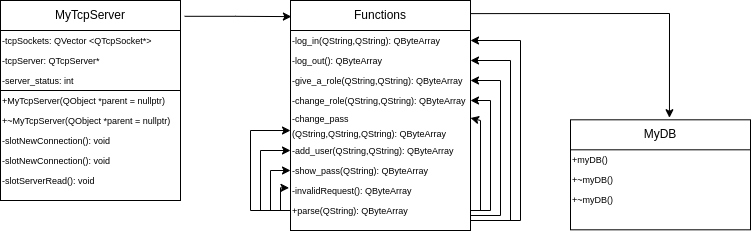
This is class diagram.drawio.png from Rulemore/temp, a draw.io export, as it was before one commit. Source tidied: cells renumbered, new cells last; positions are measured from the earlier drawing's top-left corner, leaving out a move shared by most shapes.
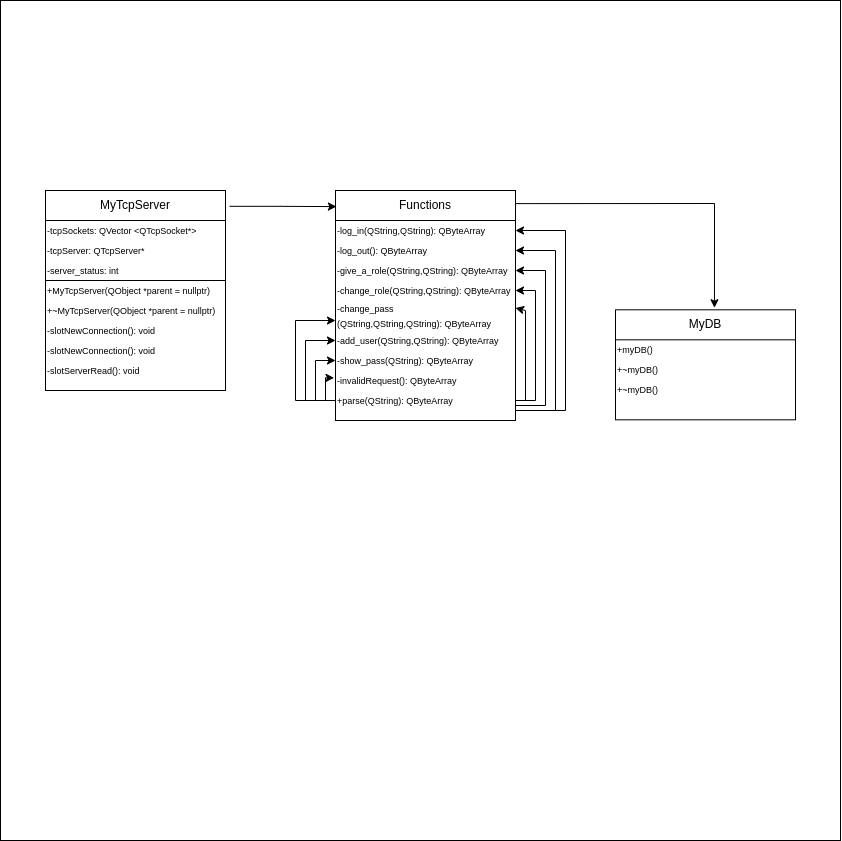
After the commit.

The edit, as a diff of the source:
```diff
@@ -2,6 +2,9 @@
   <root>
     <mxCell id="0" />
     <mxCell id="1" parent="0" />
+    <mxCell id="44" style="whiteSpace=wrap;html=1;fillColor=default;" parent="1" vertex="1">
+      <mxGeometry x="-45" y="-190" width="840" height="840" as="geometry" />
+    </mxCell>
     <mxCell id="2" style="edgeStyle=orthogonalEdgeStyle;rounded=0;jettySize=auto;html=1;entryX=0.005;entryY=0.07;entryDx=0;entryDy=0;entryPerimeter=0;exitX=1.023;exitY=0.079;exitDx=0;exitDy=0;exitPerimeter=0;" parent="1" edge="1" source="3" target="15">
       <mxGeometry relative="1" as="geometry" />
     </mxCell>
```
